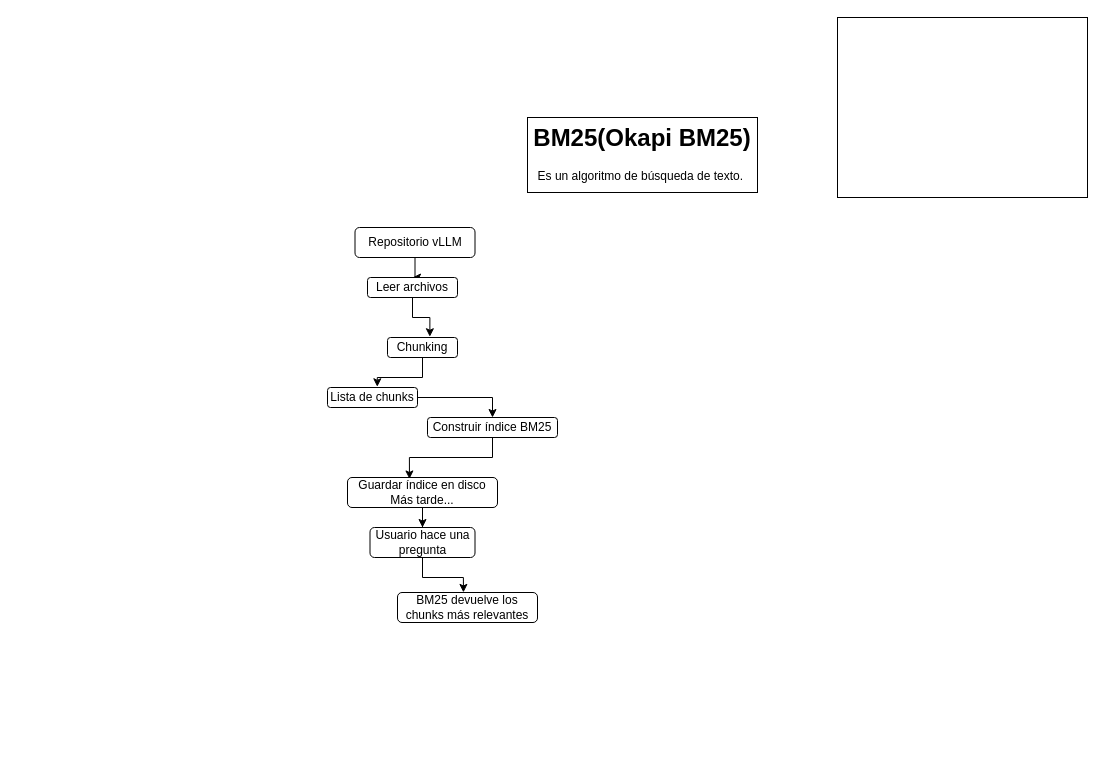
Before: docs/img/1_fase_indexación.drawio in sergioromero2k/42_RarAgainstTheMachine_v1.6, a draw.io diagram. Source tidied: cells renumbered, new cells numbered last; positions are measured from the earlier drawing's top-left corner, leaving out a move shared by most shapes. Both pictures are drawn from the tidied source at 100%, with x=0, y=0 at pixel (327, 17).
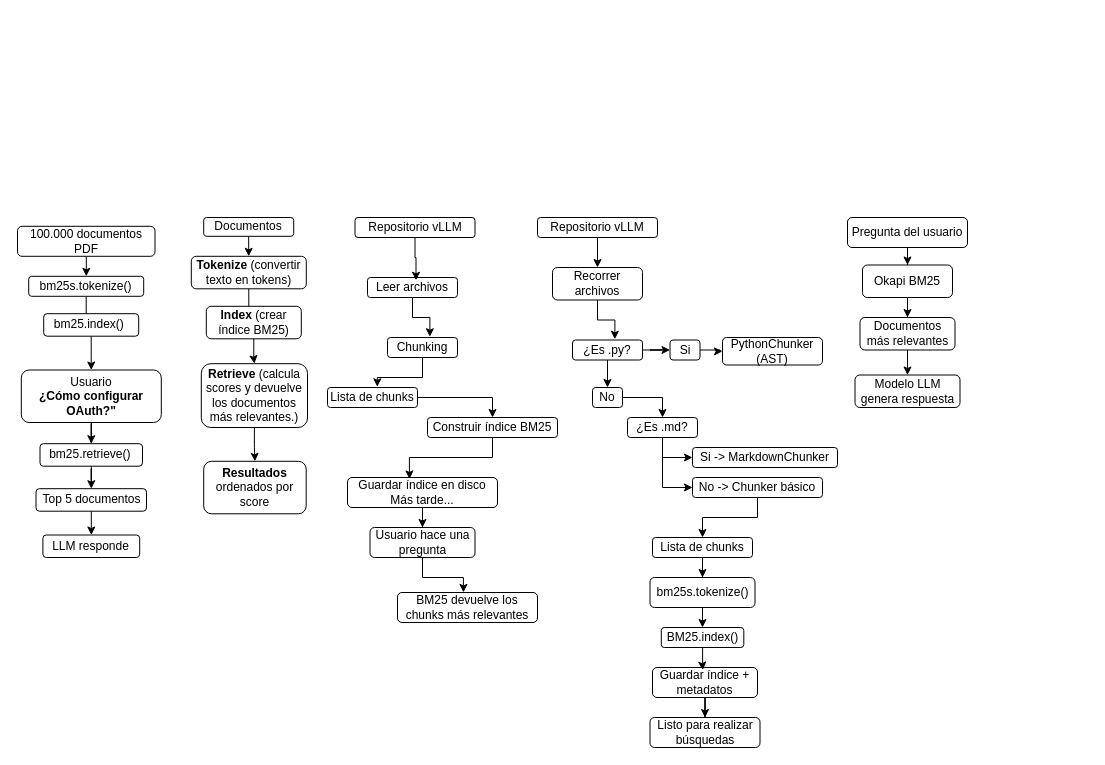
The same diagram, later.

The change refers to these unchanged cells:
```xml
<mxCell id="4" value="Leer archivos" style="rounded=1;whiteSpace=wrap;html=1;" parent="1" vertex="1">
  <mxGeometry x="40" y="260" width="90" height="20" as="geometry" />
</mxCell>
```

The edit, as a diff of the source:
```diff
@@
-    <mxCell id="2" style="edgeStyle=orthogonalEdgeStyle;rounded=0;jettySize=auto;html=1;" parent="1" edge="1" source="3" target="4">
-      <mxGeometry relative="1" as="geometry" />
-    </mxCell>
-    <mxCell id="3" value="Repositorio vLLM" style="rounded=1;whiteSpace=wrap;html=1;" parent="1" vertex="1">
-      <mxGeometry x="27.5" y="210" width="120" height="30" as="geometry" />
-    </mxCell>
+    <mxCell id="19" value="Repositorio vLLM" style="rounded=1;whiteSpace=wrap;html=1;" parent="1" vertex="1">
+      <mxGeometry x="27.5" y="200" width="120" height="20" as="geometry" />
+    </mxCell>
@@
-    <mxCell id="17" value="&lt;h1 style=&quot;margin-top: 0px;&quot;&gt;BM25(Okapi BM25)&lt;/h1&gt;&lt;p&gt;Es un algoritmo de búsqueda de texto.&amp;nbsp;&lt;/p&gt;&lt;p&gt;&lt;br&gt;&lt;/p&gt;&lt;p&gt;&lt;br&gt;&lt;/p&gt;" style="text;html=1;whiteSpace=wrap;overflow=hidden;rounded=0;strokeColor=default;align=center;" parent="1" vertex="1">
-      <mxGeometry x="200" y="100" width="230" height="75" as="geometry" />
-    </mxCell>
-    <mxCell id="18" style="text;html=1;whiteSpace=wrap;strokeColor=default;fillColor=none;align=center;verticalAlign=middle;rounded=0;" parent="1" vertex="1">
-      <mxGeometry x="510" width="250" height="180" as="geometry" />
-    </mxCell>
+    <mxCell id="20" style="edgeStyle=orthogonalEdgeStyle;rounded=0;jettySize=auto;html=1;" parent="1" edge="1" source="21" target="22">
+      <mxGeometry relative="1" as="geometry" />
+    </mxCell>
+    <mxCell id="21" value="Repositorio vLLM" style="rounded=1;whiteSpace=wrap;html=1;" parent="1" vertex="1">
+      <mxGeometry x="210" y="200" width="120" height="20" as="geometry" />
+    </mxCell>
+    <mxCell id="22" value="Recorrer archivos" style="rounded=1;whiteSpace=wrap;html=1;" parent="1" vertex="1">
+      <mxGeometry x="225" y="250" width="90" height="32.5" as="geometry" />
+    </mxCell>
+    <mxCell id="23" style="edgeStyle=orthogonalEdgeStyle;rounded=0;jettySize=auto;html=1;entryX=0;entryY=0.5;entryDx=0;entryDy=0;" parent="1" edge="1" source="24" target="37">
+      <mxGeometry relative="1" as="geometry" />
+    </mxCell>
+    <mxCell id="24" value="¿Es .py?" style="rounded=1;whiteSpace=wrap;html=1;" parent="1" vertex="1">
+      <mxGeometry x="245" y="322.5" width="70" height="20" as="geometry" />
+    </mxCell>
+    <mxCell id="25" style="edgeStyle=orthogonalEdgeStyle;rounded=0;jettySize=auto;html=1;entryX=0.5;entryY=0;entryDx=0;entryDy=0;" parent="1" edge="1" source="26" target="41">
+      <mxGeometry relative="1" as="geometry" />
+    </mxCell>
+    <mxCell id="26" value="No" style="rounded=1;whiteSpace=wrap;html=1;" parent="1" vertex="1">
+      <mxGeometry x="265" y="370" width="30" height="20" as="geometry" />
+    </mxCell>
+    <mxCell id="27" value="Lista de chunks" style="rounded=1;whiteSpace=wrap;html=1;" parent="1" vertex="1">
+      <mxGeometry x="325" y="520" width="100" height="20" as="geometry" />
+    </mxCell>
+    <mxCell id="28" style="edgeStyle=orthogonalEdgeStyle;rounded=0;jettySize=auto;html=1;entryX=0.5;entryY=0;entryDx=0;entryDy=0;" parent="1" edge="1" source="29" target="30">
+      <mxGeometry relative="1" as="geometry" />
+    </mxCell>
+    <mxCell id="29" value="bm25s.tokenize()" style="rounded=1;whiteSpace=wrap;html=1;" parent="1" vertex="1">
+      <mxGeometry x="322.5" y="560" width="105" height="30" as="geometry" />
+    </mxCell>
+    <mxCell id="30" value="BM25.index()" style="rounded=1;whiteSpace=wrap;html=1;" parent="1" vertex="1">
+      <mxGeometry x="333.8" y="610" width="82.5" height="20" as="geometry" />
+    </mxCell>
+    <mxCell id="31" style="edgeStyle=orthogonalEdgeStyle;rounded=0;jettySize=auto;html=1;entryX=0.5;entryY=0;entryDx=0;entryDy=0;" parent="1" edge="1" source="32" target="45">
+      <mxGeometry relative="1" as="geometry" />
+    </mxCell>
+    <mxCell id="32" value="Guardar índice + metadatos" style="rounded=1;whiteSpace=wrap;html=1;" parent="1" vertex="1">
+      <mxGeometry x="325" y="650" width="105" height="30" as="geometry" />
+    </mxCell>
+    <mxCell id="33" style="edgeStyle=orthogonalEdgeStyle;rounded=0;jettySize=auto;html=1;entryX=0.605;entryY=-0.038;entryDx=0;entryDy=0;entryPerimeter=0;" parent="1" edge="1" source="22" target="24">
+      <mxGeometry relative="1" as="geometry" />
+    </mxCell>
+    <mxCell id="34" style="edgeStyle=orthogonalEdgeStyle;rounded=0;jettySize=auto;html=1;entryX=0.5;entryY=0;entryDx=0;entryDy=0;" parent="1" edge="1" source="24" target="26">
+      <mxGeometry relative="1" as="geometry" />
+    </mxCell>
+    <mxCell id="35" style="edgeStyle=orthogonalEdgeStyle;rounded=0;jettySize=auto;html=1;" parent="1" edge="1" source="27" target="29">
+      <mxGeometry relative="1" as="geometry" />
+    </mxCell>
+    <mxCell id="36" style="edgeStyle=orthogonalEdgeStyle;rounded=0;jettySize=auto;html=1;entryX=0;entryY=0.5;entryDx=0;entryDy=0;" parent="1" edge="1" source="37" target="38">
+      <mxGeometry relative="1" as="geometry" />
+    </mxCell>
+    <mxCell id="37" value="Si" style="rounded=1;whiteSpace=wrap;html=1;" parent="1" vertex="1">
+      <mxGeometry x="342.5" y="322.5" width="30" height="20" as="geometry" />
+    </mxCell>
+    <mxCell id="38" value="PythonChunker (AST)" style="rounded=1;whiteSpace=wrap;html=1;" parent="1" vertex="1">
+      <mxGeometry x="395" y="320" width="100" height="27.5" as="geometry" />
+    </mxCell>
+    <mxCell id="39" style="edgeStyle=orthogonalEdgeStyle;rounded=0;jettySize=auto;html=1;entryX=0;entryY=0.5;entryDx=0;entryDy=0;" parent="1" edge="1" source="41" target="42">
+      <mxGeometry relative="1" as="geometry" />
+    </mxCell>
+    <mxCell id="40" style="edgeStyle=orthogonalEdgeStyle;rounded=0;jettySize=auto;html=1;entryX=0;entryY=0.5;entryDx=0;entryDy=0;" parent="1" edge="1" source="41" target="44">
+      <mxGeometry relative="1" as="geometry" />
+    </mxCell>
+    <mxCell id="41" value="¿Es .md?" style="rounded=1;whiteSpace=wrap;html=1;" parent="1" vertex="1">
+      <mxGeometry x="300" y="400" width="70" height="20" as="geometry" />
+    </mxCell>
+    <mxCell id="42" value="Si -&amp;gt; MarkdownChunker" style="rounded=1;whiteSpace=wrap;html=1;" parent="1" vertex="1">
+      <mxGeometry x="365" y="430" width="145" height="20" as="geometry" />
+    </mxCell>
+    <mxCell id="43" style="edgeStyle=orthogonalEdgeStyle;rounded=0;jettySize=auto;html=1;" parent="1" edge="1" source="44" target="27">
+      <mxGeometry relative="1" as="geometry" />
+    </mxCell>
+    <mxCell id="44" value="No -&amp;gt; Chunker básico" style="rounded=1;whiteSpace=wrap;html=1;" parent="1" vertex="1">
+      <mxGeometry x="365" y="460" width="130" height="20" as="geometry" />
+    </mxCell>
+    <mxCell id="45" value="Listo para realizar búsquedas" style="rounded=1;whiteSpace=wrap;html=1;" parent="1" vertex="1">
+      <mxGeometry x="322.5" y="700" width="110" height="30" as="geometry" />
+    </mxCell>
+    <mxCell id="46" style="edgeStyle=orthogonalEdgeStyle;rounded=0;jettySize=auto;html=1;entryX=0.479;entryY=0.088;entryDx=0;entryDy=0;entryPerimeter=0;" parent="1" edge="1" source="30" target="32">
+      <mxGeometry relative="1" as="geometry" />
+    </mxCell>
+    <mxCell id="47" style="edgeStyle=orthogonalEdgeStyle;rounded=0;jettySize=auto;html=1;entryX=0.539;entryY=0.141;entryDx=0;entryDy=0;entryPerimeter=0;" parent="1" edge="1" source="19" target="4">
+      <mxGeometry relative="1" as="geometry" />
+    </mxCell>
+    <mxCell id="48" style="edgeStyle=orthogonalEdgeStyle;rounded=0;jettySize=auto;html=1;" parent="1" edge="1" source="49" target="51">
+      <mxGeometry relative="1" as="geometry" />
+    </mxCell>
+    <mxCell id="49" value="Pregunta del usuario" style="rounded=1;whiteSpace=wrap;html=1;" parent="1" vertex="1">
+      <mxGeometry x="520" y="200" width="120" height="30" as="geometry" />
+    </mxCell>
+    <mxCell id="50" style="edgeStyle=orthogonalEdgeStyle;rounded=0;jettySize=auto;html=1;entryX=0.5;entryY=0;entryDx=0;entryDy=0;" parent="1" edge="1" source="51" target="53">
+      <mxGeometry relative="1" as="geometry" />
+    </mxCell>
+    <mxCell id="51" value="Okapi BM25" style="rounded=1;whiteSpace=wrap;html=1;" parent="1" vertex="1">
+      <mxGeometry x="535" y="247.5" width="90" height="32.5" as="geometry" />
+    </mxCell>
+    <mxCell id="52" style="edgeStyle=orthogonalEdgeStyle;rounded=0;jettySize=auto;html=1;entryX=0.5;entryY=0;entryDx=0;entryDy=0;" parent="1" edge="1" source="53" target="54">
+      <mxGeometry relative="1" as="geometry" />
+    </mxCell>
+    <mxCell id="53" value="Documentos más relevantes" style="rounded=1;whiteSpace=wrap;html=1;" parent="1" vertex="1">
+      <mxGeometry x="532.5" y="300" width="95" height="32.5" as="geometry" />
+    </mxCell>
+    <mxCell id="54" value="Modelo LLM genera respuesta" style="rounded=1;whiteSpace=wrap;html=1;" parent="1" vertex="1">
+      <mxGeometry x="527.5" y="357.5" width="105" height="32.5" as="geometry" />
+    </mxCell>
+    <mxCell id="55" style="edgeStyle=orthogonalEdgeStyle;rounded=0;jettySize=auto;html=1;entryX=0.5;entryY=0;entryDx=0;entryDy=0;" parent="1" edge="1" source="56" target="58">
+      <mxGeometry relative="1" as="geometry" />
+    </mxCell>
+    <mxCell id="56" value="Documentos" style="rounded=1;whiteSpace=wrap;html=1;" parent="1" vertex="1">
+      <mxGeometry x="-123.8" y="200" width="90" height="18.8" as="geometry" />
+    </mxCell>
+    <mxCell id="57" style="edgeStyle=orthogonalEdgeStyle;rounded=0;jettySize=auto;html=1;entryX=0.5;entryY=0;entryDx=0;entryDy=0;" parent="1" edge="1" source="58" target="60">
+      <mxGeometry relative="1" as="geometry" />
+    </mxCell>
+    <mxCell id="58" value="&lt;b&gt;Tokenize&lt;/b&gt; (convertir texto en tokens)" style="rounded=1;whiteSpace=wrap;html=1;" parent="1" vertex="1">
+      <mxGeometry x="-136.2" y="238.8" width="115" height="32.5" as="geometry" />
+    </mxCell>
+    <mxCell id="59" style="edgeStyle=orthogonalEdgeStyle;rounded=0;jettySize=auto;html=1;entryX=0.5;entryY=0;entryDx=0;entryDy=0;" parent="1" edge="1" source="60" target="62">
+      <mxGeometry relative="1" as="geometry" />
+    </mxCell>
+    <mxCell id="60" value="&lt;b&gt;Index&lt;/b&gt; (crear índice BM25)" style="rounded=1;whiteSpace=wrap;html=1;" parent="1" vertex="1">
+      <mxGeometry x="-121.2" y="288.8" width="95" height="32.5" as="geometry" />
+    </mxCell>
+    <mxCell id="61" style="edgeStyle=orthogonalEdgeStyle;rounded=0;jettySize=auto;html=1;entryX=0.5;entryY=0;entryDx=0;entryDy=0;" parent="1" edge="1" source="62" target="63">
+      <mxGeometry relative="1" as="geometry" />
+    </mxCell>
+    <mxCell id="62" value="&lt;b&gt;Retrieve&lt;/b&gt; (calcula scores y devuelve los documentos más relevantes.)" style="rounded=1;whiteSpace=wrap;html=1;" parent="1" vertex="1">
+      <mxGeometry x="-126.2" y="346.2" width="106.2" height="63.8" as="geometry" />
+    </mxCell>
+    <mxCell id="63" value="&lt;b&gt;Resultados &lt;/b&gt;ordenados por score" style="rounded=1;whiteSpace=wrap;html=1;" parent="1" vertex="1">
+      <mxGeometry x="-123.8" y="443.8" width="102.5" height="52.5" as="geometry" />
+    </mxCell>
+    <mxCell id="64" style="edgeStyle=orthogonalEdgeStyle;rounded=0;jettySize=auto;html=1;entryX=0.5;entryY=0;entryDx=0;entryDy=0;" parent="1" edge="1" source="65" target="67">
+      <mxGeometry relative="1" as="geometry" />
+    </mxCell>
+    <mxCell id="65" value="100.000 documentos PDF" style="rounded=1;whiteSpace=wrap;html=1;" parent="1" vertex="1">
+      <mxGeometry x="-310" y="208.8" width="137.5" height="30" as="geometry" />
+    </mxCell>
+    <mxCell id="66" style="edgeStyle=orthogonalEdgeStyle;rounded=0;jettySize=auto;html=1;entryX=0.5;entryY=0;entryDx=0;entryDy=0;" parent="1" edge="1" source="67" target="69">
+      <mxGeometry relative="1" as="geometry" />
+    </mxCell>
+    <mxCell id="67" value="bm25s.tokenize()" style="rounded=1;whiteSpace=wrap;html=1;" parent="1" vertex="1">
+      <mxGeometry x="-298.8" y="258.8" width="115" height="20" as="geometry" />
+    </mxCell>
+    <mxCell id="68" style="edgeStyle=orthogonalEdgeStyle;rounded=0;jettySize=auto;html=1;entryX=0.5;entryY=0;entryDx=0;entryDy=0;" parent="1" edge="1" source="69" target="71">
+      <mxGeometry relative="1" as="geometry" />
+    </mxCell>
+    <mxCell id="69" value="bm25.index()&amp;nbsp;" style="rounded=1;whiteSpace=wrap;html=1;" parent="1" vertex="1">
+      <mxGeometry x="-283.8" y="296.2" width="95" height="22.5" as="geometry" />
+    </mxCell>
+    <mxCell id="70" style="edgeStyle=orthogonalEdgeStyle;rounded=0;jettySize=auto;html=1;entryX=0.5;entryY=0;entryDx=0;entryDy=0;" parent="1" edge="1" source="71" target="73">
+      <mxGeometry relative="1" as="geometry" />
+    </mxCell>
+    <mxCell id="71" value="Usuario&lt;br&gt;&lt;b&gt;¿Cómo configurar OAuth?&quot;&lt;/b&gt;" style="rounded=1;whiteSpace=wrap;html=1;" parent="1" vertex="1">
+      <mxGeometry x="-306.2" y="352.5" width="140" height="52.5" as="geometry" />
+    </mxCell>
+    <mxCell id="72" style="edgeStyle=orthogonalEdgeStyle;rounded=0;jettySize=auto;html=1;" parent="1" edge="1" source="73" target="75">
+      <mxGeometry relative="1" as="geometry" />
+    </mxCell>
+    <mxCell id="73" value="bm25.retrieve()&amp;nbsp;" style="rounded=1;whiteSpace=wrap;html=1;" parent="1" vertex="1">
+      <mxGeometry x="-287.5" y="426.2" width="102.5" height="22.5" as="geometry" />
+    </mxCell>
+    <mxCell id="74" style="edgeStyle=orthogonalEdgeStyle;rounded=0;jettySize=auto;html=1;entryX=0.5;entryY=0;entryDx=0;entryDy=0;" parent="1" edge="1" source="75" target="76">
+      <mxGeometry relative="1" as="geometry" />
+    </mxCell>
+    <mxCell id="75" value="Top 5 documentos" style="rounded=1;whiteSpace=wrap;html=1;" parent="1" vertex="1">
+      <mxGeometry x="-291.5" y="471.2" width="110.5" height="22.5" as="geometry" />
+    </mxCell>
+    <mxCell id="76" value="LLM responde" style="rounded=1;whiteSpace=wrap;html=1;" parent="1" vertex="1">
+      <mxGeometry x="-284.6" y="517.5" width="96.8" height="22.5" as="geometry" />
+    </mxCell>
```
